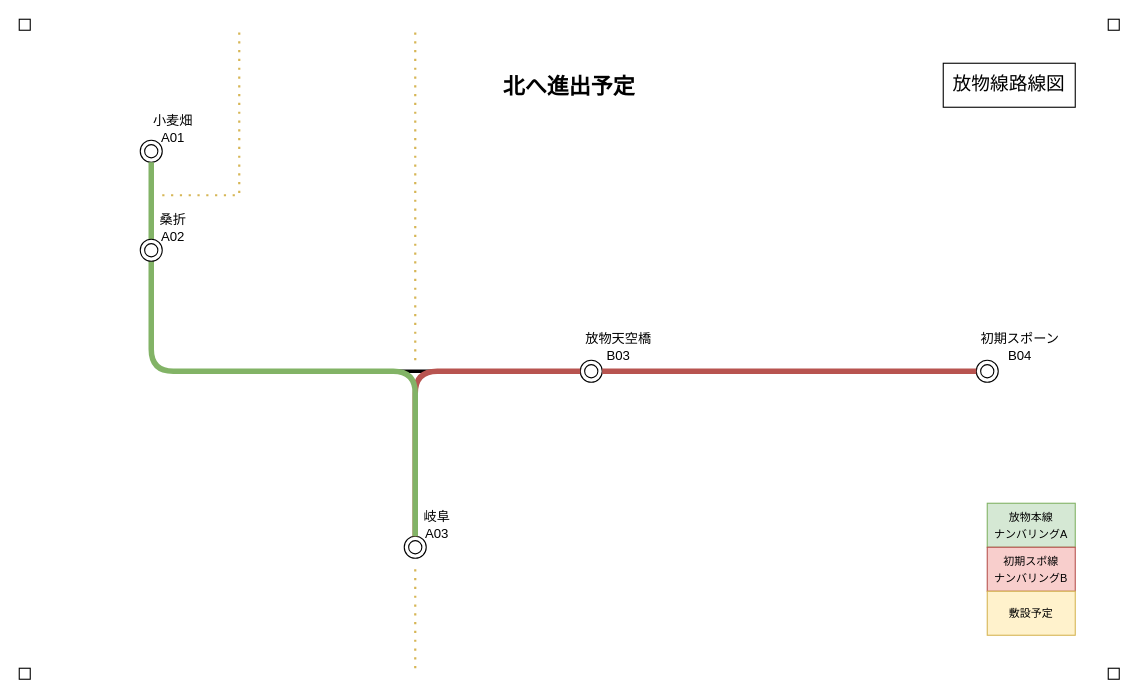
Before: バリン鯖放物線.drawio in chainsawsteel1/drawio-files, a draw.io diagram. Source tidied: cells renumbered, new cells numbered last; positions are measured from the earlier drawing's top-left corner, leaving out a move shared by most shapes. Both pictures are drawn from the tidied source at 110%, with x=0, y=0 at pixel (19, 19).
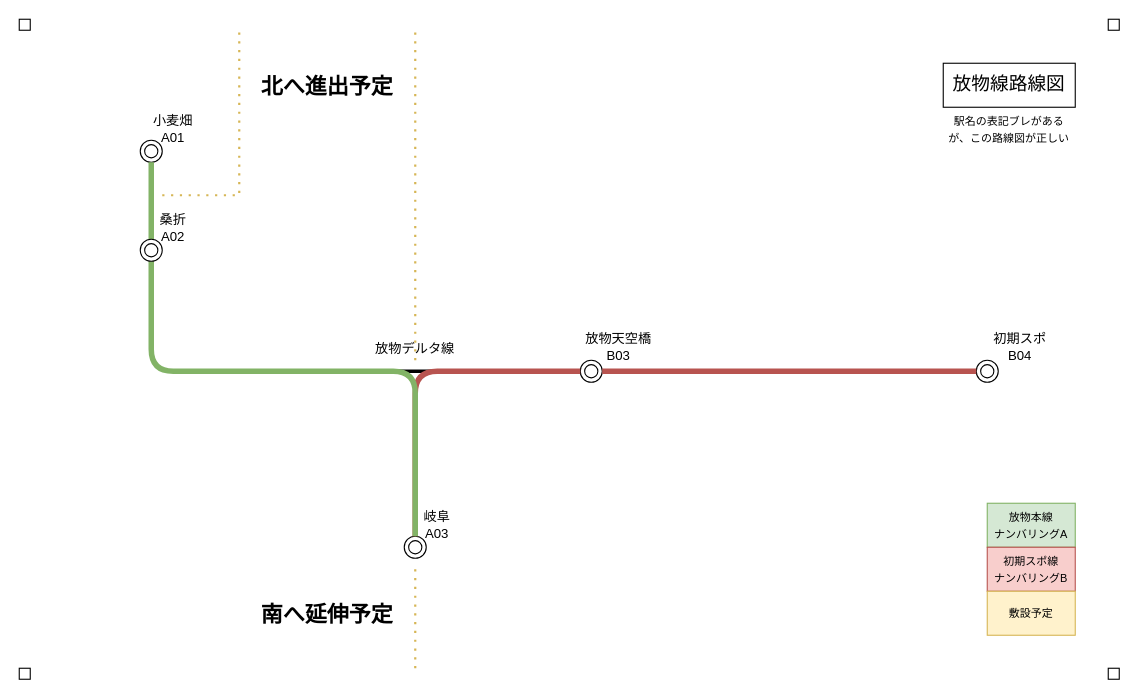
The same diagram, later.

Commit message:
バリン鯖放物線.drawio を更新します

Diff of the diagram source:
```diff
@@
-    <mxCell id="10" value="&lt;div&gt;初期スポーン&lt;br&gt;&lt;/div&gt;B04" style="text;html=1;align=center;verticalAlign=middle;whiteSpace=wrap;rounded=0;" parent="1" vertex="1">
+    <mxCell id="10" value="&lt;div&gt;初期スポ&lt;br&gt;&lt;/div&gt;B04" style="text;html=1;align=center;verticalAlign=middle;whiteSpace=wrap;rounded=0;" parent="1" vertex="1">
       <mxGeometry x="870" y="280" width="80" height="35" as="geometry" />
     </mxCell>
@@
     <mxCell id="15" value="&lt;font style=&quot;font-size: 20px;&quot;&gt;&lt;b&gt;北へ進出予定&lt;/b&gt;&lt;/font&gt;" style="text;html=1;align=center;verticalAlign=middle;whiteSpace=wrap;rounded=0;" parent="1" vertex="1">
-      <mxGeometry x="420" y="40" width="160" height="40" as="geometry" />
+      <mxGeometry x="200" y="40" width="160" height="40" as="geometry" />
     </mxCell>
@@
+    <mxCell id="29" value="放物デルタ線" style="text;html=1;align=center;verticalAlign=middle;whiteSpace=wrap;rounded=0;" parent="1" vertex="1">
+      <mxGeometry x="320" y="285" width="80" height="30" as="geometry" />
+    </mxCell>
+    <mxCell id="30" value="&lt;font style=&quot;font-size: 10px;&quot;&gt;駅名の表記ブレがあるが、この路線図が正しい&lt;/font&gt;" style="text;html=1;align=center;verticalAlign=middle;whiteSpace=wrap;rounded=0;" parent="1" vertex="1">
+      <mxGeometry x="840" y="80" width="120" height="40" as="geometry" />
+    </mxCell>
+    <mxCell id="31" value="&lt;font size=&quot;1&quot;&gt;&lt;b style=&quot;font-size: 20px;&quot;&gt;南へ延伸予定&lt;/b&gt;&lt;/font&gt;" style="text;html=1;align=center;verticalAlign=middle;whiteSpace=wrap;rounded=0;" parent="1" vertex="1">
+      <mxGeometry x="200" y="520" width="160" height="40" as="geometry" />
+    </mxCell>
```
